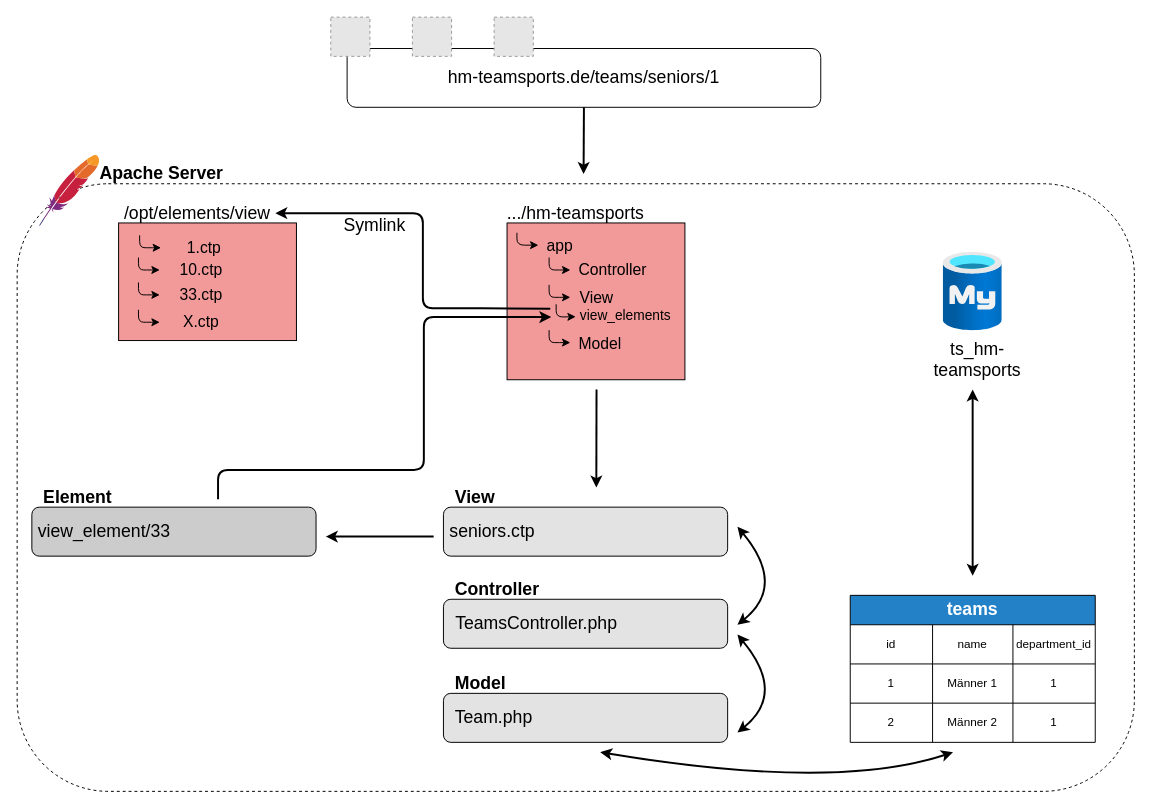
Before: page "MVC bei TS2" (3 of 6) of diagrams/Ba-Thesis Diagrams.drawio in mkoenig96/mk-bachelor-thesis, a draw.io diagram. Source tidied: cells renumbered, new cells numbered last; positions are measured from the earlier drawing's top-left corner, leaving out a move shared by most shapes. Both pictures are drawn from the tidied source at 98%, with x=0, y=0 at pixel (17, 17). Pictures stored in the file or linked from it are replaced by grey dashed boxes.
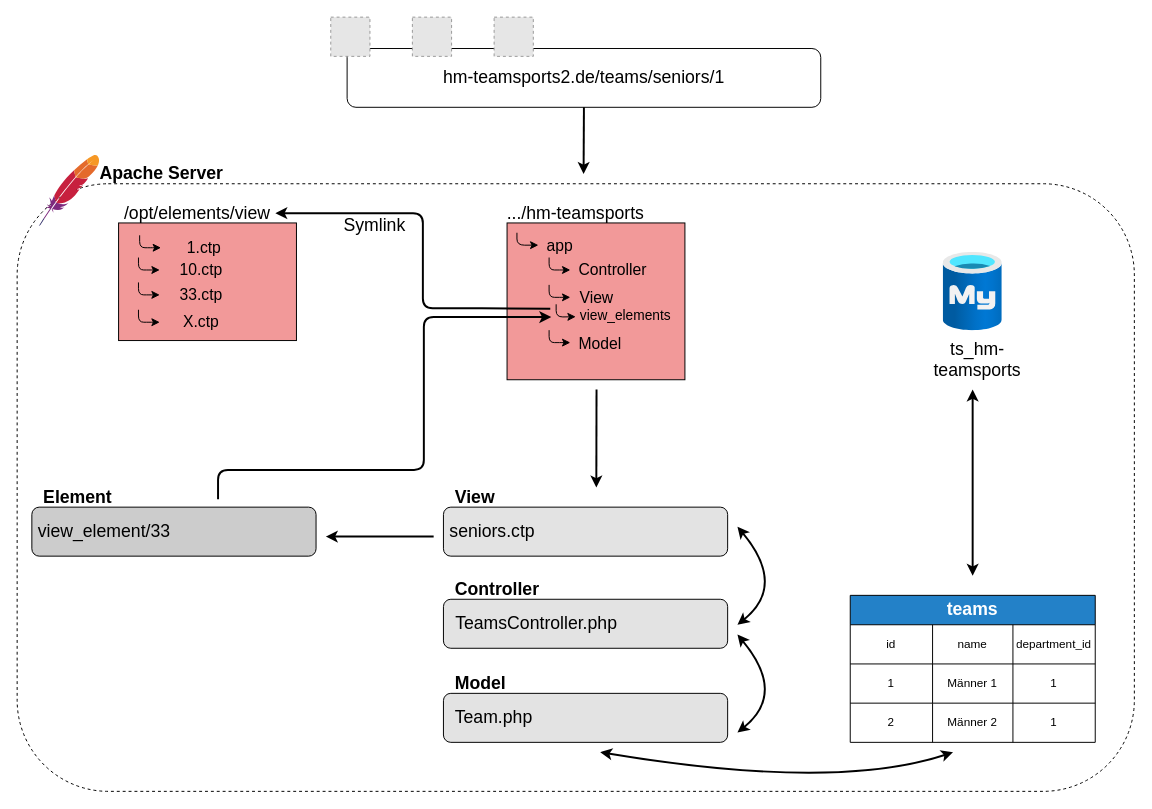
Above is the later version.

Unchanged cells that the change refers to:
```xml
<mxCell id="16" style="group;" parent="1" vertex="1">
  <mxGeometry x="320" width="500" height="92" as="geometry" />
</mxCell>
```

Diff of the diagram source:
```diff
@@
-    <mxCell id="17" value="&lt;font style=&quot;font-size: 18px&quot;&gt;hm-teamsports.de/teams/seniors/1&lt;/font&gt;" style="rounded=1;whiteSpace=wrap;html=1;" parent="16" vertex="1">
+    <mxCell id="17" value="&lt;font style=&quot;font-size: 18px&quot;&gt;hm-teamsports2.de/teams/seniors/1&lt;/font&gt;" style="rounded=1;whiteSpace=wrap;html=1;" parent="16" vertex="1">
       <mxGeometry x="16.7" y="32" width="483.3" height="60" as="geometry" />
     </mxCell>
```
